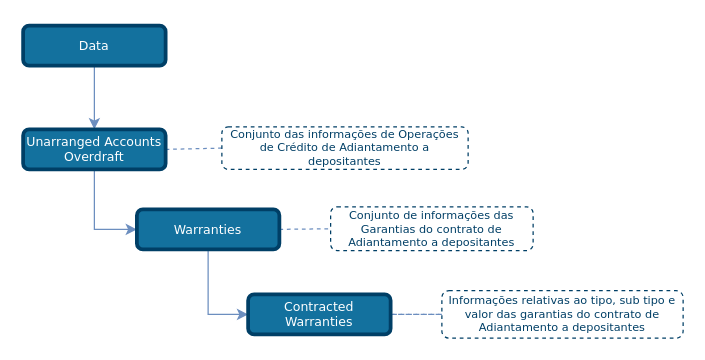
Above: draw_io_diagrams/unarranged_accounts_overdraft/TLD_UnarrangedAccountsOverdraft_Warranties.drawio in OpenBanking-Brasil/areadesenvolvedor (draw.io), before the change. Source tidied: cells renumbered, new cells numbered last; positions are measured from the earlier drawing's top-left corner, leaving out a move shared by most shapes. Both pictures are drawn from the tidied source at 125%, with x=0, y=0 at pixel (22, 25).
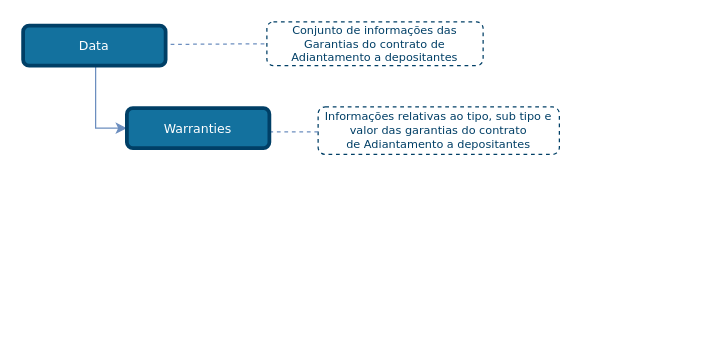
The same page after the edit.

Diff of the diagram source:
```diff
@@
 <mxGraphModel>
   <root>
     <mxCell id="0" />
     <mxCell id="1" parent="0" />
-    <mxCell id="2" style="edgeStyle=none;rounded=1;jettySize=auto;html=1;entryX=0;entryY=0.5;entryDx=0;entryDy=0;dashed=1;endArrow=none;endFill=0;endSize=6;strokeColor=#6C8EBF;exitX=1;exitY=0.5;exitDx=0;exitDy=0;" parent="1" edge="1" source="14" target="8">
-      <mxGeometry relative="1" as="geometry" />
+    <mxCell id="2" style="edgeStyle=none;rounded=1;jettySize=auto;html=1;entryX=0;entryY=0.5;entryDx=0;entryDy=0;dashed=1;endArrow=none;endFill=0;endSize=6;strokeColor=#6C8EBF;" parent="1" edge="1" target="8">
+      <mxGeometry relative="1" as="geometry">
+        <mxPoint x="118" y="15" as="sourcePoint" />
+      </mxGeometry>
     </mxCell>
-    <mxCell id="3" style="edgeStyle=orthogonalEdgeStyle;rounded=0;jettySize=auto;html=1;entryX=0.5;entryY=0;entryDx=0;entryDy=0;endSize=6;fillColor=#dae8fc;strokeColor=#6c8ebf;comic=0;shadow=0;backgroundOutline=0;snapToPoint=0;fixDash=0;endArrow=classic;endFill=1;exitX=0.5;exitY=1;exitDx=0;exitDy=0;" parent="1" edge="1" source="12" target="6">
-      <mxGeometry relative="1" as="geometry" />
-    </mxCell>
-    <mxCell id="4" style="edgeStyle=orthogonalEdgeStyle;rounded=0;jettySize=auto;html=1;exitX=0.5;exitY=1;exitDx=0;exitDy=0;entryX=0;entryY=0.5;entryDx=0;entryDy=0;strokeColor=#6C8EBF;endArrow=classic;endFill=1;" parent="1" edge="1" source="6" target="14">
-      <mxGeometry relative="1" as="geometry" />
+    <mxCell id="4" style="edgeStyle=orthogonalEdgeStyle;rounded=0;jettySize=auto;html=1;exitX=0.5;exitY=1;exitDx=0;exitDy=0;entryX=0;entryY=0.5;entryDx=0;entryDy=0;strokeColor=#6C8EBF;endArrow=classic;endFill=1;" parent="1" edge="1" source="12" target="14">
+      <mxGeometry relative="1" as="geometry">
+        <Array as="points">
+          <mxPoint x="58" y="32" />
+          <mxPoint x="58" y="82" />
+        </Array>
+      </mxGeometry>
     </mxCell>
-    <mxCell id="5" style="edgeStyle=none;rounded=1;jettySize=auto;html=1;exitX=1;exitY=0.5;exitDx=0;exitDy=0;entryX=0;entryY=0.5;entryDx=0;entryDy=0;dashed=1;endArrow=none;endFill=0;endSize=6;strokeColor=#6C8EBF;" parent="1" edge="1" source="6" target="7">
-      <mxGeometry relative="1" as="geometry" />
-    </mxCell>
-    <mxCell id="6" value="Unarranged Accounts Overdraft" style="rounded=1;whiteSpace=wrap;html=1;comic=0;shadow=0;backgroundOutline=0;snapToPoint=0;fixDash=0;strokeWidth=3;fontFamily=Verdana;fontStyle=0;labelBackgroundColor=none;labelBorderColor=none;fontSize=10;fillColor=#13719E;strokeColor=#003F66;fontColor=#ffffff;" parent="1" vertex="1">
-      <mxGeometry y="83" width="114" height="32" as="geometry" />
-    </mxCell>
-    <mxCell id="7" value="&lt;font style=&quot;font-size: 9px&quot;&gt;Conjunto das informações de Operações de Crédito de Adiantamento a depositantes&lt;/font&gt;" style="rounded=1;whiteSpace=wrap;html=1;shadow=0;comic=0;strokeColor=#003F66;strokeWidth=1;fillColor=#ffffff;fontFamily=Verdana;fontSize=9;fontColor=#003F66;dashed=1;spacingLeft=5;spacing=0;spacingRight=5;spacingBottom=5;spacingTop=5;align=center;verticalAlign=middle;gradientColor=#ffffff;" parent="1" vertex="1">
-      <mxGeometry x="159" y="81" width="197" height="34" as="geometry" />
-    </mxCell>
     <mxCell id="8" value="&lt;font style=&quot;font-size: 9px&quot;&gt;Conjunto de informações das Garantias do contrato de Adiantamento a depositantes&lt;/font&gt;" style="rounded=1;whiteSpace=wrap;html=1;shadow=0;comic=0;strokeColor=#003F66;strokeWidth=1;fillColor=#ffffff;fontFamily=Verdana;fontSize=9;fontColor=#003F66;dashed=1;spacingLeft=5;spacing=0;spacingRight=5;spacingBottom=5;spacingTop=5;align=center;verticalAlign=middle;gradientColor=#ffffff;" parent="1" vertex="1">
-      <mxGeometry x="246" y="145" width="162" height="35" as="geometry" />
+      <mxGeometry x="195" y="-3" width="173" height="35" as="geometry" />
     </mxCell>
-    <mxCell id="9" style="edgeStyle=none;rounded=1;jettySize=auto;html=1;entryX=0;entryY=0.5;entryDx=0;entryDy=0;dashed=1;endArrow=none;endFill=0;endSize=6;strokeColor=#6C8EBF;exitX=1;exitY=0.5;exitDx=0;exitDy=0;" parent="1" edge="1" source="15" target="10">
-      <mxGeometry relative="1" as="geometry" />
-    </mxCell>
-    <mxCell id="10" value="&lt;font style=&quot;font-size: 9px&quot;&gt;Informações relativas ao tipo, sub tipo e valor das garantias do contrato de Adiantamento a depositantes&lt;/font&gt;" style="rounded=1;whiteSpace=wrap;html=1;shadow=0;comic=0;strokeColor=#003F66;strokeWidth=1;fillColor=#ffffff;fontFamily=Verdana;fontSize=9;fontColor=#003F66;dashed=1;spacingLeft=5;spacing=0;spacingRight=5;spacingBottom=5;spacingTop=5;align=center;verticalAlign=middle;gradientColor=#ffffff;" parent="1" vertex="1">
-      <mxGeometry x="335" y="212" width="193" height="38" as="geometry" />
+    <mxCell id="10" value="&lt;font style=&quot;font-size: 9px&quot;&gt;Informações relativas ao tipo, sub tipo e valor das garantias do contrato de&amp;nbsp;&lt;/font&gt;Adiantamento a depositantes" style="rounded=1;whiteSpace=wrap;html=1;shadow=0;comic=0;strokeColor=#003F66;strokeWidth=1;fillColor=#ffffff;fontFamily=Verdana;fontSize=9;fontColor=#003F66;dashed=1;spacingLeft=5;spacing=0;spacingRight=5;spacingBottom=5;spacingTop=5;align=center;verticalAlign=middle;gradientColor=#ffffff;" parent="1" vertex="1">
+      <mxGeometry x="236" y="65" width="193" height="38" as="geometry" />
     </mxCell>
-    <mxCell id="11" style="edgeStyle=orthogonalEdgeStyle;rounded=0;jettySize=auto;html=1;exitX=0.5;exitY=1;exitDx=0;exitDy=0;entryX=0;entryY=0.5;entryDx=0;entryDy=0;strokeColor=#6C8EBF;endArrow=classic;endFill=1;" parent="1" edge="1" source="14" target="15">
-      <mxGeometry relative="1" as="geometry" />
-    </mxCell>
     <mxCell id="12" value="Data" style="rounded=1;whiteSpace=wrap;html=1;comic=0;shadow=0;backgroundOutline=0;snapToPoint=0;fixDash=0;strokeWidth=3;fontFamily=Verdana;fontStyle=0;labelBackgroundColor=none;labelBorderColor=none;fontSize=10;fillColor=#13719E;strokeColor=#003F66;fontColor=#ffffff;" parent="1" vertex="1">
       <mxGeometry width="114" height="32" as="geometry" />
     </mxCell>
     <mxCell id="13" style="edgeStyle=none;rounded=1;orthogonalLoop=1;jettySize=auto;html=1;entryX=0;entryY=0.5;entryDx=0;entryDy=0;dashed=1;endArrow=none;endFill=0;endSize=6;strokeColor=#6C8EBF;exitX=1;exitY=0.5;exitDx=0;exitDy=0;" parent="1" edge="1">
       <mxGeometry relative="1" as="geometry">
-        <mxPoint x="296" y="231" as="sourcePoint" />
-        <mxPoint x="337" y="231" as="targetPoint" />
+        <mxPoint x="197" y="85" as="sourcePoint" />
+        <mxPoint x="238" y="85" as="targetPoint" />
       </mxGeometry>
     </mxCell>
     <mxCell id="14" value="Warranties" style="rounded=1;whiteSpace=wrap;html=1;comic=0;shadow=0;backgroundOutline=0;snapToPoint=0;fixDash=0;strokeWidth=3;fontFamily=Verdana;fontStyle=0;labelBackgroundColor=none;labelBorderColor=none;fontSize=10;fillColor=#13719E;strokeColor=#003F66;fontColor=#ffffff;" parent="1" vertex="1">
-      <mxGeometry x="91" y="147" width="114" height="32" as="geometry" />
+      <mxGeometry x="83" y="66" width="114" height="32" as="geometry" />
     </mxCell>
-    <mxCell id="15" value="Contracted Warranties" style="rounded=1;whiteSpace=wrap;html=1;comic=0;shadow=0;backgroundOutline=0;snapToPoint=0;fixDash=0;strokeWidth=3;fontFamily=Verdana;fontStyle=0;labelBackgroundColor=none;labelBorderColor=none;fontSize=10;fillColor=#13719E;strokeColor=#003F66;fontColor=#ffffff;" parent="1" vertex="1">
-      <mxGeometry x="180" y="215" width="114" height="32" as="geometry" />
-    </mxCell>
   </root>
 </mxGraphModel>
```
